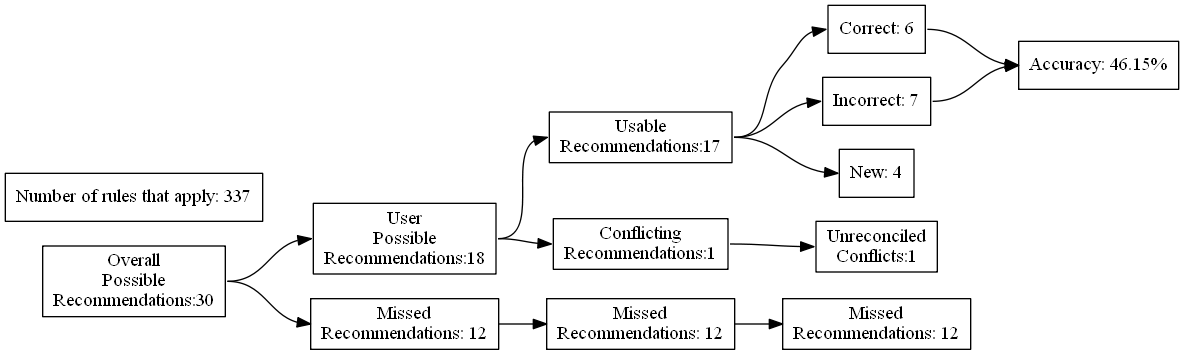
The Graphviz diagram test_renders/9.gv.png in ZaxR/ibd_diet_analysis, before a commit. Its source is kept beside it as test_renders/9.gv.
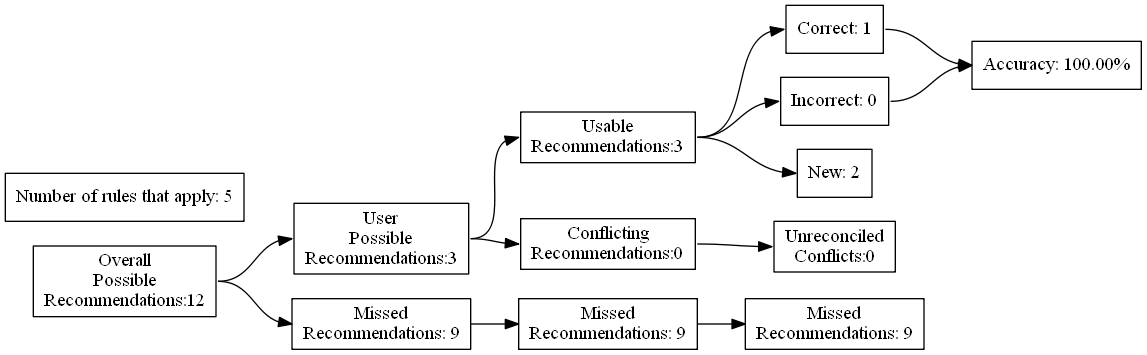
Above is the later version.

Change to the diagram source:
```diff
@@ -4,27 +4,27 @@
 	edge [headport=w tailport=e]
 		A [label="Overall
 Possible
-Recommendations:30"]
+Recommendations:12"]
 		B [label="User
 Possible
-Recommendations:18"]
+Recommendations:3"]
 		C [label="Missed
-Recommendations: 12"]
+Recommendations: 9"]
 		D [label="Usable
-Recommendations:17"]
+Recommendations:3"]
 		E [label="Conflicting
-Recommendations:1"]
+Recommendations:0"]
 		J [label="Missed
-Recommendations: 12"]
+Recommendations: 9"]
 		M [label="Unreconciled
-Conflicts:1"]
-		F [label="Correct: 6"]
-		G [label="Incorrect: 7"]
-		H [label="New: 4"]
+Conflicts:0"]
+		F [label="Correct: 1"]
+		G [label="Incorrect: 0"]
+		H [label="New: 2"]
 		K [label="Missed
-Recommendations: 12"]
-		I [label="Accuracy: 46.15%"]
-		l [label="Number of rules that apply: 337"]
+Recommendations: 9"]
+		I [label="Accuracy: 100.00%"]
+		l [label="Number of rules that apply: 5"]
 			A -> B
 			A -> C
 			B -> D
```
